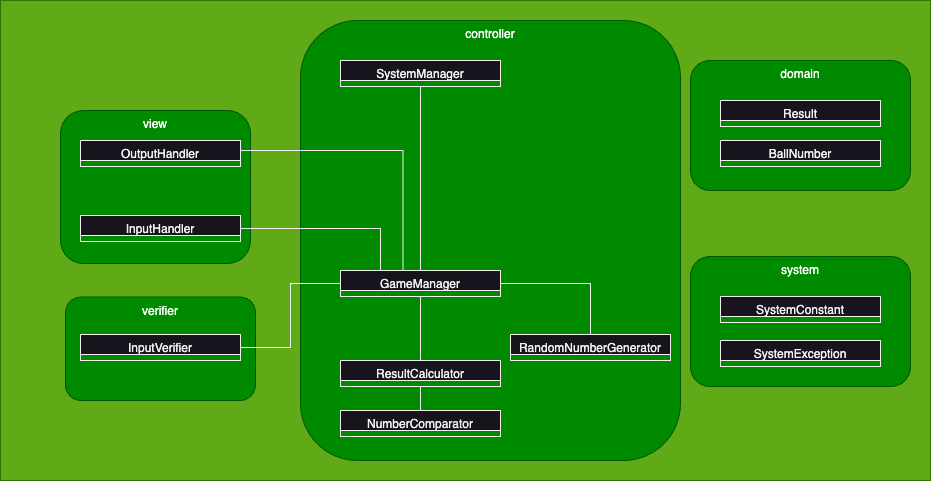
This is docs/images/클래스다이어그램v2.png from woowacourse-precourse/java-baseball-6, a draw.io export, as it was before one commit. Source tidied: cells renumbered, new cells last; positions are measured from the earlier drawing's top-left corner, leaving out a move shared by most shapes.
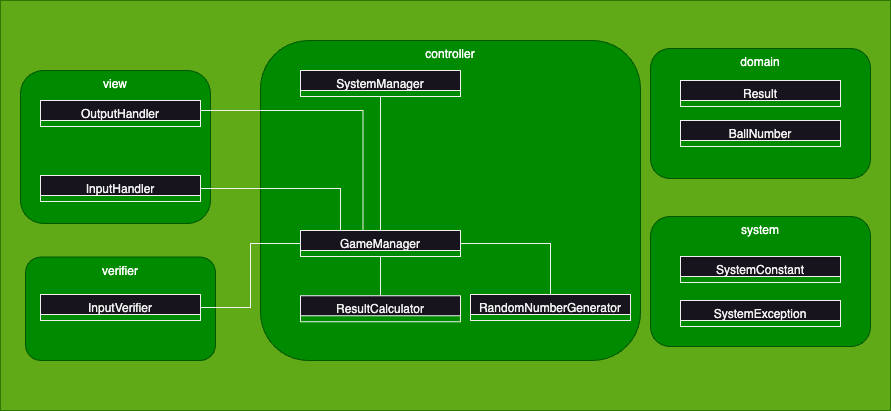
The same diagram one commit later.

Commit message:
refactor(NumberComparator): 클래스 삭제

Diff of the diagram source:
```diff
@@ -3,13 +3,13 @@
     <mxCell id="0" />
     <mxCell id="1" parent="0" />
     <mxCell id="2" style="rounded=0;whiteSpace=wrap;html=1;fillColor=#60a917;strokeColor=#2D7600;fontColor=#ffffff;" parent="1" vertex="1">
-      <mxGeometry width="930" height="480" as="geometry" />
+      <mxGeometry x="40" y="40" width="890" height="410" as="geometry" />
     </mxCell>
     <mxCell id="3" value="system" style="rounded=1;whiteSpace=wrap;html=1;fillColor=#008a00;fontColor=#ffffff;strokeColor=#005700;verticalAlign=top;" parent="1" vertex="1">
       <mxGeometry x="690" y="256" width="220" height="130" as="geometry" />
     </mxCell>
     <mxCell id="4" value="domain" style="rounded=1;whiteSpace=wrap;html=1;fillColor=#008a00;fontColor=#ffffff;strokeColor=#005700;verticalAlign=top;" parent="1" vertex="1">
-      <mxGeometry x="690" y="60" width="220" height="130" as="geometry" />
+      <mxGeometry x="690" y="88" width="220" height="130" as="geometry" />
     </mxCell>
     <mxCell id="5" value="verifier" style="rounded=1;whiteSpace=wrap;html=1;fillColor=#008a00;fontColor=#ffffff;strokeColor=#005700;verticalAlign=top;" parent="1" vertex="1">
       <mxGeometry x="65" y="296.5" width="190" height="103.5" as="geometry" />
@@ -18,7 +18,7 @@
       <mxGeometry x="60" y="110" width="190" height="153" as="geometry" />
     </mxCell>
     <mxCell id="7" value="controller" style="rounded=1;whiteSpace=wrap;html=1;fillColor=#008a00;fontColor=#ffffff;strokeColor=#005700;verticalAlign=top;" parent="1" vertex="1">
-      <mxGeometry x="300" y="20" width="380" height="440" as="geometry" />
+      <mxGeometry x="300" y="80" width="380" height="320" as="geometry" />
     </mxCell>
     <mxCell id="8" value="InputHandler" style="swimlane;fontStyle=0;align=center;verticalAlign=top;horizontal=1;startSize=20;rounded=0;shadow=0;strokeWidth=1;" parent="1" vertex="1" collapsed="1">
       <mxGeometry x="80" y="215" width="160" height="26" as="geometry" />
@@ -47,7 +47,7 @@
       </mxGeometry>
     </mxCell>
     <mxCell id="15" value="SystemManager" style="swimlane;fontStyle=0;align=center;verticalAlign=top;horizontal=1;startSize=20;rounded=0;shadow=0;strokeWidth=1;" parent="1" vertex="1" collapsed="1">
-      <mxGeometry x="340" y="60" width="160" height="26" as="geometry" />
+      <mxGeometry x="340" y="110" width="160" height="26" as="geometry" />
     </mxCell>
     <mxCell id="16" style="edgeStyle=orthogonalEdgeStyle;rounded=0;jettySize=auto;html=1;exitX=0.5;exitY=0;exitDx=0;exitDy=0;entryX=1;entryY=0.5;entryDx=0;entryDy=0;endArrow=none;endFill=0;" parent="1" edge="1" source="17" target="23">
       <mxGeometry relative="1" as="geometry">
@@ -59,17 +59,11 @@
     <mxCell id="17" value="RandomNumberGenerator" style="swimlane;fontStyle=0;align=center;verticalAlign=top;horizontal=1;startSize=20;rounded=0;shadow=0;strokeWidth=1;" parent="1" vertex="1" collapsed="1">
       <mxGeometry x="510" y="334" width="160" height="26" as="geometry" />
     </mxCell>
-    <mxCell id="18" value="NumberComparator" style="swimlane;fontStyle=0;align=center;verticalAlign=top;horizontal=1;startSize=20;rounded=0;shadow=0;strokeWidth=1;" parent="1" vertex="1" collapsed="1">
-      <mxGeometry x="340" y="410" width="160" height="26" as="geometry" />
-    </mxCell>
-    <mxCell id="19" style="edgeStyle=orthogonalEdgeStyle;rounded=0;jettySize=auto;html=1;exitX=0.5;exitY=1;exitDx=0;exitDy=0;endArrow=none;endFill=0;" parent="1" edge="1" source="21" target="18">
-      <mxGeometry relative="1" as="geometry" />
-    </mxCell>
     <mxCell id="20" style="edgeStyle=orthogonalEdgeStyle;rounded=0;jettySize=auto;html=1;exitX=0.5;exitY=0;exitDx=0;exitDy=0;entryX=0.5;entryY=1;entryDx=0;entryDy=0;endArrow=none;endFill=0;" parent="1" edge="1" source="21" target="23">
       <mxGeometry relative="1" as="geometry" />
     </mxCell>
     <mxCell id="21" value="ResultCalculator" style="swimlane;fontStyle=0;align=center;verticalAlign=top;horizontal=1;startSize=20;rounded=0;shadow=0;strokeWidth=1;" parent="1" vertex="1" collapsed="1">
-      <mxGeometry x="340" y="360" width="160" height="26" as="geometry" />
+      <mxGeometry x="340" y="335.2" width="160" height="26" as="geometry" />
     </mxCell>
     <mxCell id="22" style="endArrow=none;html=1;rounded=0;entryX=0.25;entryY=0;entryDx=0;entryDy=0;exitX=1;exitY=0.5;exitDx=0;exitDy=0;" parent="1" edge="1" source="8" target="23">
       <mxGeometry relative="1" as="geometry">
@@ -82,10 +76,10 @@
       <mxGeometry x="340" y="270" width="160" height="26" as="geometry" />
     </mxCell>
     <mxCell id="24" value="BallNumber" style="swimlane;fontStyle=0;align=center;verticalAlign=top;horizontal=1;startSize=20;rounded=0;shadow=0;strokeWidth=1;" parent="1" vertex="1" collapsed="1">
-      <mxGeometry x="720" y="140" width="160" height="26" as="geometry" />
+      <mxGeometry x="720" y="160" width="160" height="26" as="geometry" />
     </mxCell>
     <mxCell id="25" value="Result" style="swimlane;fontStyle=0;align=center;verticalAlign=top;horizontal=1;startSize=20;rounded=0;shadow=0;strokeWidth=1;" parent="1" vertex="1" collapsed="1">
-      <mxGeometry x="720" y="100" width="160" height="26" as="geometry" />
+      <mxGeometry x="720" y="120" width="160" height="26" as="geometry" />
     </mxCell>
     <mxCell id="26" value="SystemException" style="swimlane;fontStyle=0;align=center;verticalAlign=top;horizontal=1;startSize=20;rounded=0;shadow=0;strokeWidth=1;" parent="1" vertex="1" collapsed="1">
       <mxGeometry x="720" y="340" width="160" height="26" as="geometry" />
```
